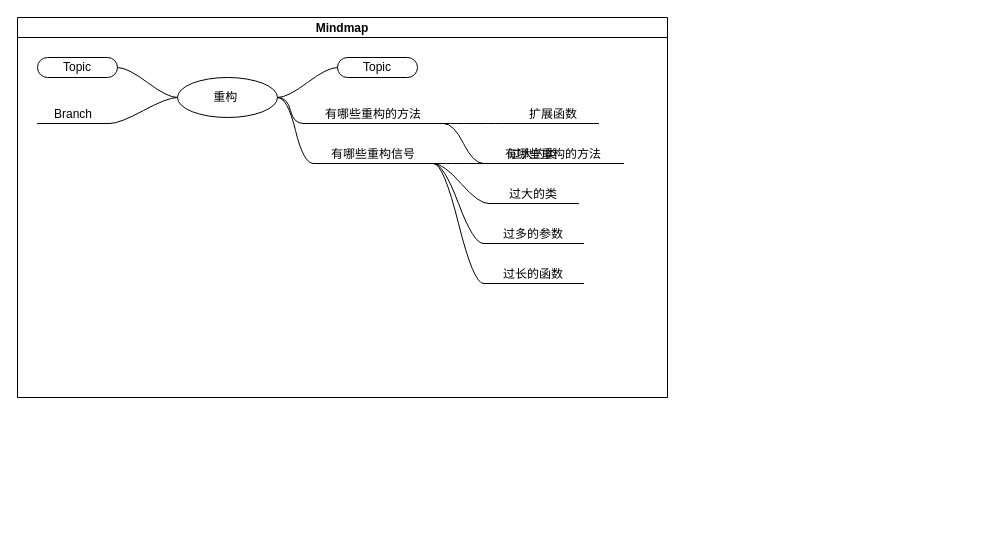
This is 未命名绘图.drawio from EricLee0107/NoteFiles, a draw.io file, before an edit. Source tidied: cells renumbered, new cells numbered last; positions are measured from the earlier drawing's top-left corner, leaving out a move shared by most shapes. Both pictures are drawn from the tidied source at 100%, with x=0, y=0 at pixel (17, 17).
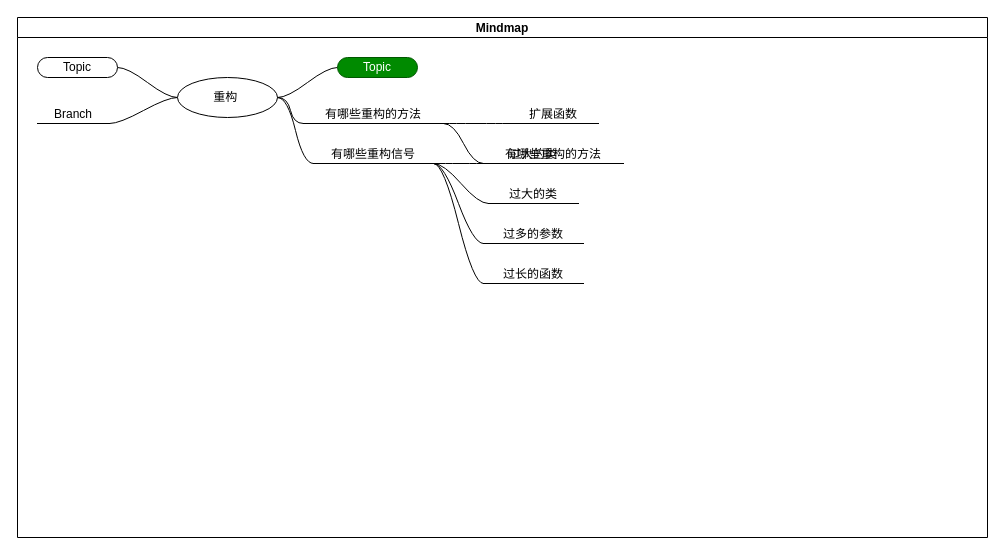
After the change.

Commit message:
更新未命名绘图.drawio

Diff of the diagram source:
```diff
@@
     <mxCell id="2" value="Mindmap" style="swimlane;startSize=20;horizontal=1;containerType=tree;" parent="1" vertex="1">
-      <mxGeometry width="650" height="380" as="geometry" />
+      <mxGeometry width="970" height="520" as="geometry" />
     </mxCell>
@@
-    <mxCell id="8" value="Topic" style="whiteSpace=wrap;html=1;rounded=1;arcSize=50;align=center;verticalAlign=middle;strokeWidth=1;spacing=4;newEdgeStyle={&quot;edgeStyle&quot;:&quot;entityRelationEdgeStyle&quot;,&quot;startArrow&quot;:&quot;none&quot;,&quot;endArrow&quot;:&quot;none&quot;,&quot;segment&quot;:10,&quot;curved&quot;:1,&quot;sourcePerimeterSpacing&quot;:0,&quot;targetPerimeterSpacing&quot;:0};" parent="2" vertex="1">
+    <mxCell id="8" value="Topic" style="whiteSpace=wrap;html=1;rounded=1;arcSize=50;align=center;verticalAlign=middle;strokeWidth=1;spacing=4;newEdgeStyle={&quot;edgeStyle&quot;:&quot;entityRelationEdgeStyle&quot;,&quot;startArrow&quot;:&quot;none&quot;,&quot;endArrow&quot;:&quot;none&quot;,&quot;segment&quot;:10,&quot;curved&quot;:1,&quot;sourcePerimeterSpacing&quot;:0,&quot;targetPerimeterSpacing&quot;:0};fillColor=#008a00;strokeColor=#005700;fontColor=#ffffff;" parent="2" vertex="1">
       <mxGeometry x="320" y="40" width="80" height="20" as="geometry" />
     </mxCell>
```
